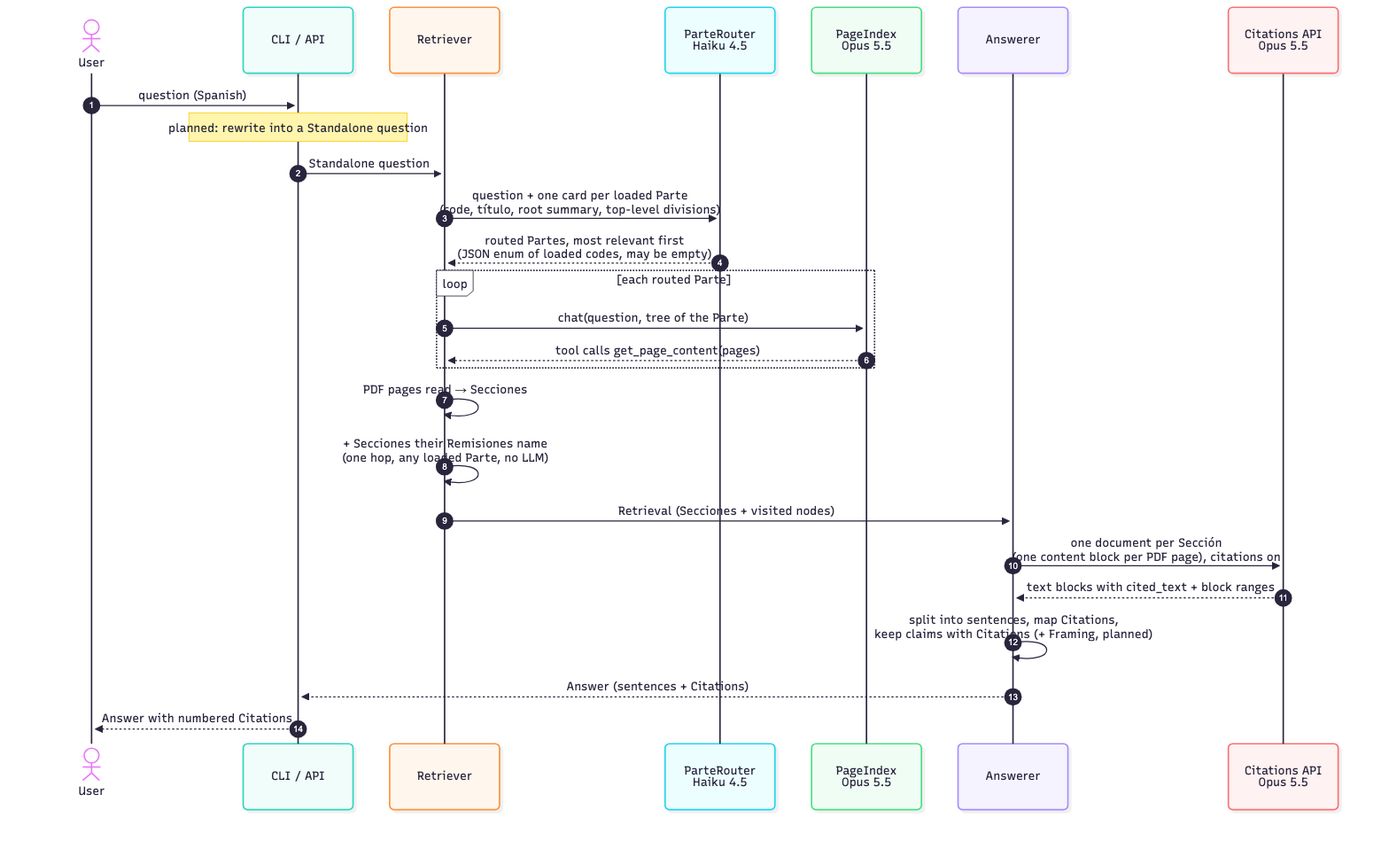
Above: docs/diagrams/answering.png in Guernik/raac-rag (Mermaid), before the change. Its source is kept beside it as docs/diagrams/answering.mmd.
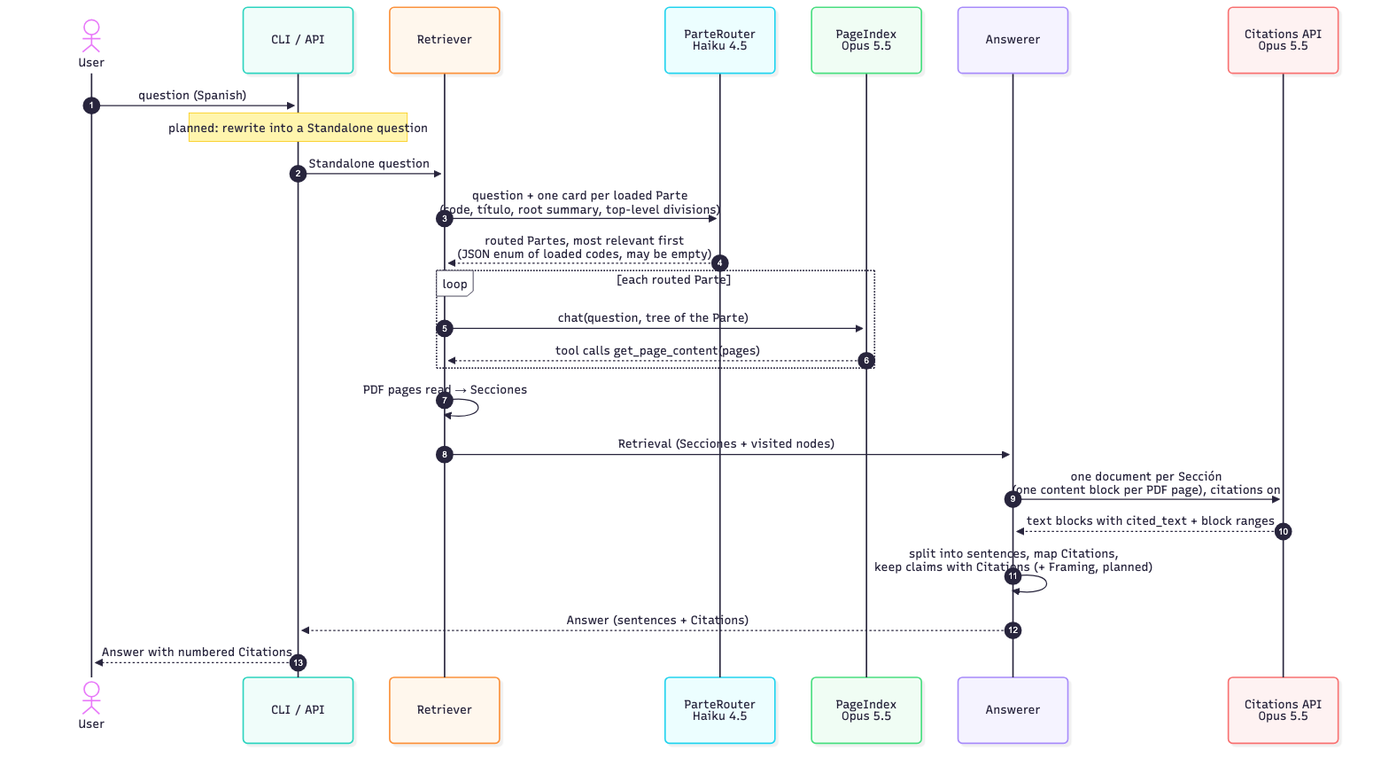
After the commit.

Diff of the diagram source:
```diff
@@ -18,7 +18,6 @@
         P-->>R: tool calls get_page_content(pages)
     end
     R->>R: PDF pages read → Secciones
-    R->>R: + Secciones their Remisiones name<br/>(one hop, any loaded Parte, no LLM)
     R->>A: Retrieval (Secciones + visited nodes)
     A->>L: one document per Sección<br/>(one content block per PDF page), citations on
     L-->>A: text blocks with cited_text + block ranges
```
